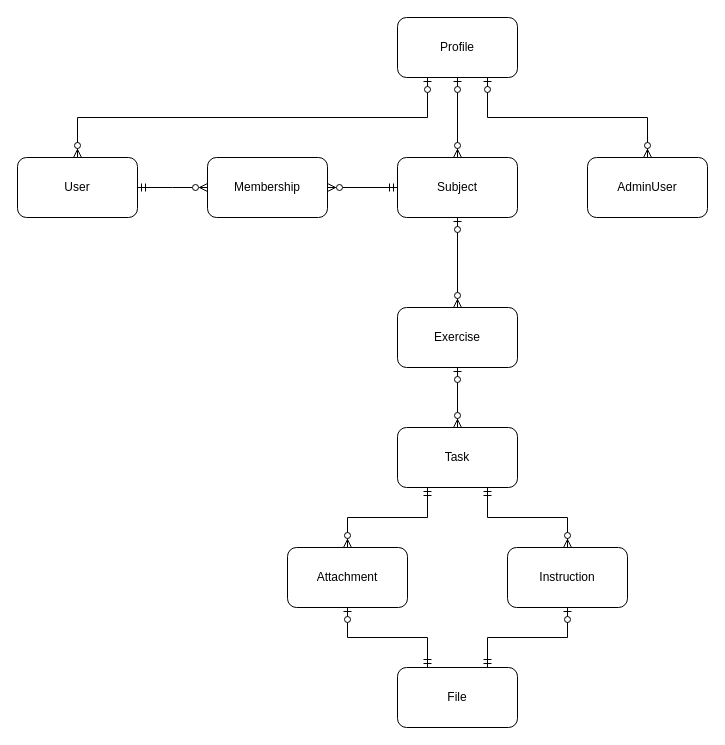
The draw.io diagram doc/DataModel.drawio in ooemperor/CodeGrader, before the edit. Source tidied: cells renumbered, new cells numbered last; positions are measured from the earlier drawing's top-left corner, leaving out a move shared by most shapes. Both pictures are drawn from the tidied source at 100%, with x=0, y=0 at pixel (17, 17).
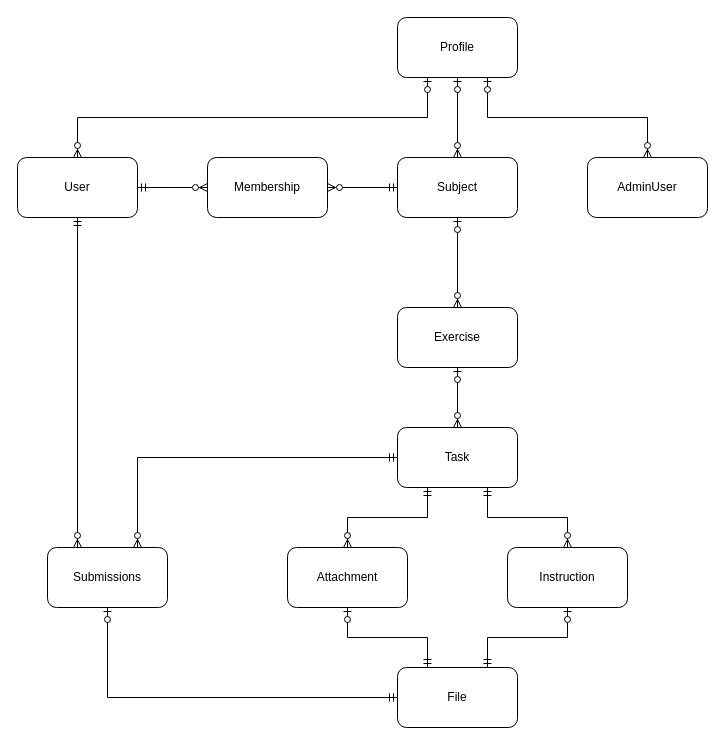
Above is the later version.

Commit message:
adding submissions to data model

The change refers to these unchanged cells:
```xml
<mxCell id="2" value="User" style="rounded=1;whiteSpace=wrap;html=1;" parent="1" vertex="1">
  <mxGeometry y="140" width="120" height="60" as="geometry" />
</mxCell>
<mxCell id="5" value="Task" style="rounded=1;whiteSpace=wrap;html=1;" parent="1" vertex="1">
  <mxGeometry x="380" y="410" width="120" height="60" as="geometry" />
</mxCell>
<mxCell id="18" value="File" style="rounded=1;whiteSpace=wrap;html=1;" parent="1" vertex="1">
  <mxGeometry x="380" y="650" width="120" height="60" as="geometry" />
</mxCell>
```

The edit, as a diff of the source:
```diff
@@
+    <mxCell id="23" value="Submissions" style="rounded=1;whiteSpace=wrap;html=1;" parent="1" vertex="1">
+      <mxGeometry x="30" y="530" width="120" height="60" as="geometry" />
+    </mxCell>
+    <mxCell id="24" style="edgeStyle=orthogonalEdgeStyle;fontSize=12;html=1;endArrow=ERzeroToMany;startArrow=ERmandOne;rounded=0;exitX=0;exitY=0.5;exitDx=0;exitDy=0;entryX=0.75;entryY=0;entryDx=0;entryDy=0;" parent="1" edge="1" source="5" target="23">
+      <mxGeometry relative="1" as="geometry" />
+    </mxCell>
+    <mxCell id="25" style="edgeStyle=orthogonalEdgeStyle;fontSize=12;html=1;endArrow=ERzeroToMany;startArrow=ERmandOne;rounded=0;exitX=0.5;exitY=1;exitDx=0;exitDy=0;entryX=0.25;entryY=0;entryDx=0;entryDy=0;" parent="1" edge="1" source="2" target="23">
+      <mxGeometry relative="1" as="geometry" />
+    </mxCell>
+    <mxCell id="26" style="edgeStyle=orthogonalEdgeStyle;fontSize=12;html=1;endArrow=ERzeroToOne;startArrow=ERmandOne;rounded=0;entryX=0.5;entryY=1;entryDx=0;entryDy=0;exitX=0;exitY=0.5;exitDx=0;exitDy=0;" parent="1" edge="1" source="18" target="23">
+      <mxGeometry relative="1" as="geometry" />
+    </mxCell>
```
